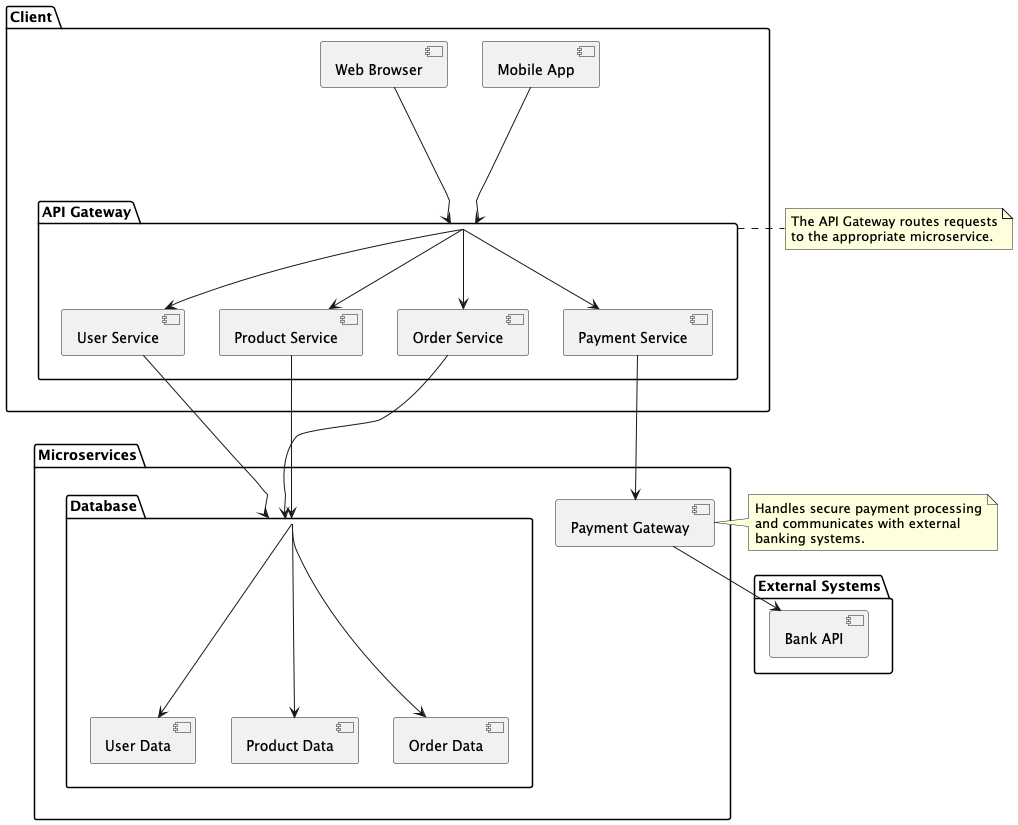
This is uml/images/architecture/architecture-design.png from donassis/e-commerce, a PlantUML export, as it was before one commit. Its diagram source:
```plantuml
@startuml
package "Client" {
  [Web Browser] ---> [API Gateway]
  [Mobile App] ---> [API Gateway]
}

package "API Gateway" {
  [API Gateway] --> [User Service]
  [API Gateway] --> [Product Service]
  [API Gateway] --> [Order Service]
  [API Gateway] --> [Payment Service]
}

package "Microservices" {
  [User Service] --> [Database]
  [Order Service] ---> [Database]
  [Product Service] --> [Database]
  [Payment Service] --> [Payment Gateway]
}

package "Database" {
  [Database] --> [User Data]
  [Database] --> [Product Data]
  [Database] ---> [Order Data]
}

package "External Systems" {
  [Payment Gateway] --> [Bank API]
}

note right of [API Gateway]
  The API Gateway routes requests
  to the appropriate microservice.
end note

note right of [Payment Gateway]
  Handles secure payment processing
  and communicates with external
  banking systems.
end note

@enduml
```
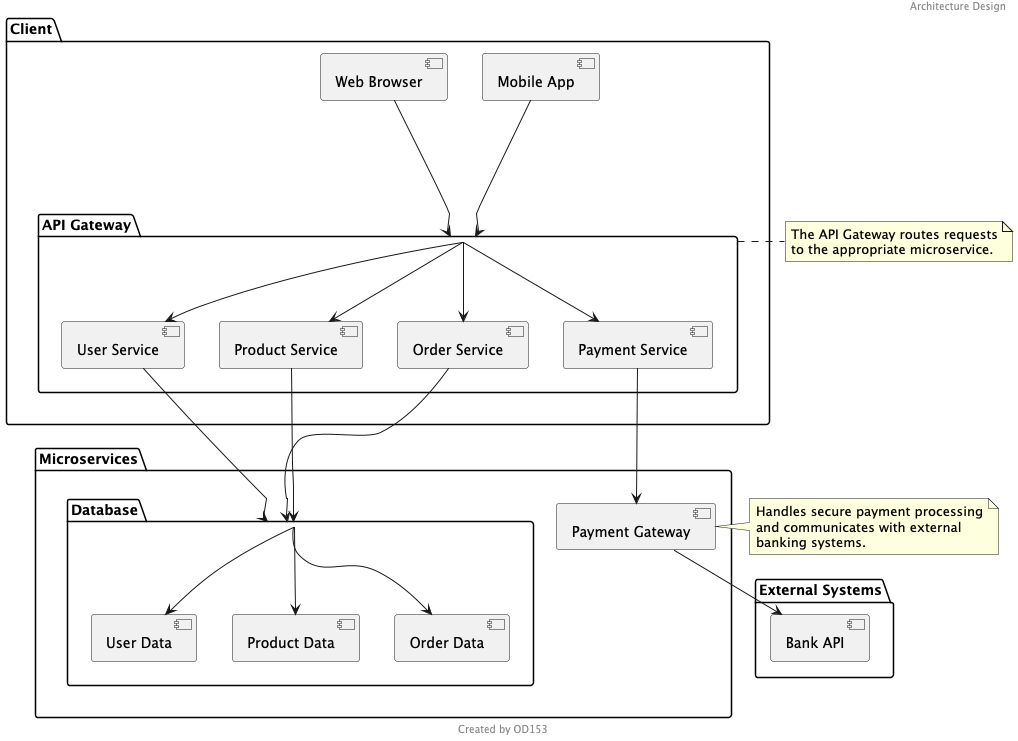
The same diagram one commit later.

What changed in the source:
```diff
@@ -1,4 +1,6 @@
 @startuml
+header Architecture Design
+footer Created by OD153
 package "Client" {
   [Web Browser] ---> [API Gateway]
   [Mobile App] ---> [API Gateway]
@@ -13,7 +15,7 @@
 
 package "Microservices" {
   [User Service] --> [Database]
-  [Order Service] ---> [Database]
+  [Order Service] --> [Database]
   [Product Service] --> [Database]
   [Payment Service] --> [Payment Gateway]
 }
@@ -21,7 +23,7 @@
 package "Database" {
   [Database] --> [User Data]
   [Database] --> [Product Data]
-  [Database] ---> [Order Data]
+  [Database] --> [Order Data]
 }
 
 package "External Systems" {
```
